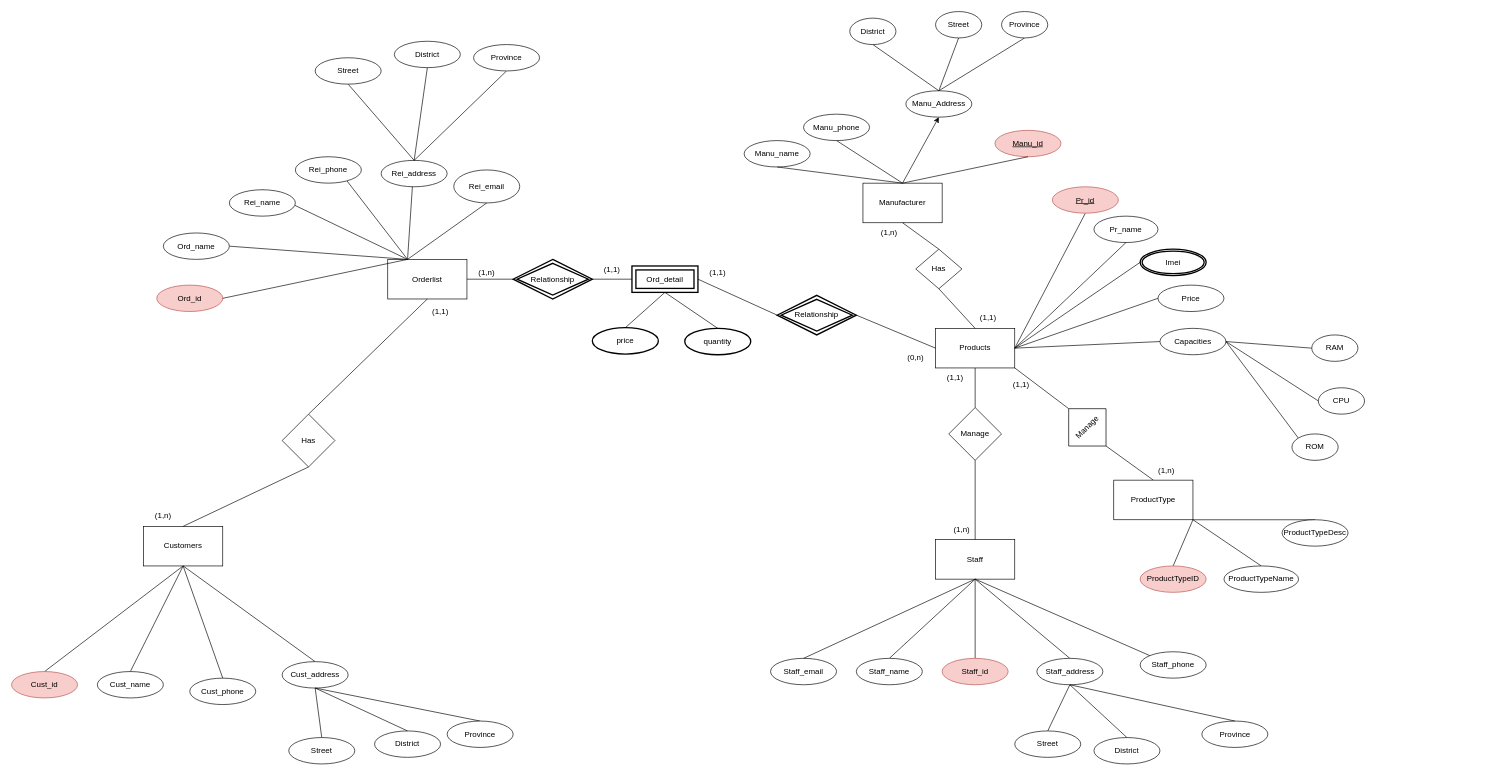
Earlier version of the draw.io diagram ERD Phone.drawio (khanh8603/khanh8603). Source tidied: cells renumbered, new cells numbered last; positions are measured from the earlier drawing's top-left corner, leaving out a move shared by most shapes. Both pictures are drawn from the tidied source at 66%, with x=0, y=0 at pixel (11, 11).
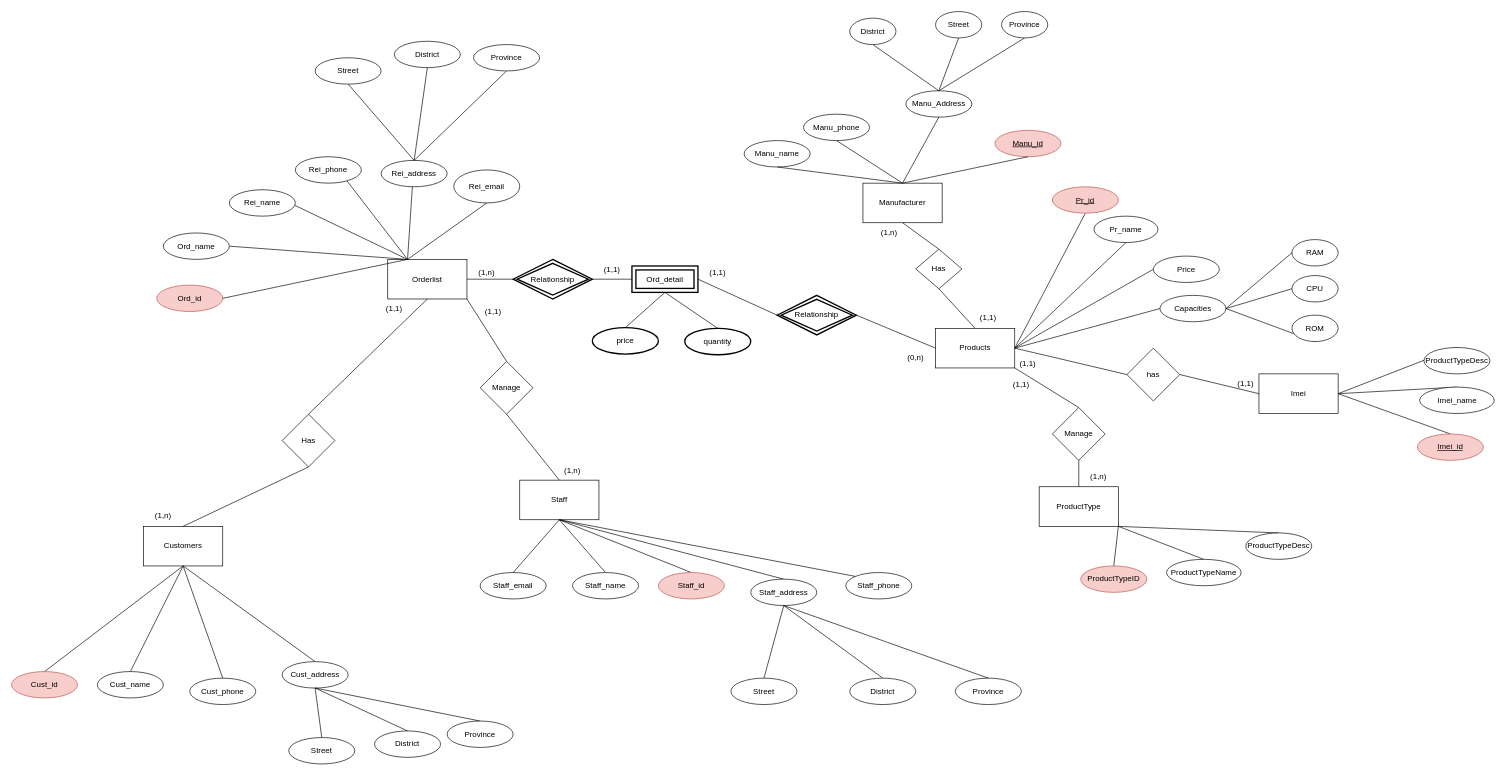
After the change.

The change refers to these unchanged cells:
```xml
<mxCell id="2" value="Manufacturer" style="rounded=0;whiteSpace=wrap;html=1;" parent="1" vertex="1">
  <mxGeometry x="1290" y="260" width="120" height="60" as="geometry" />
</mxCell>
<mxCell id="7" value="Products" style="rounded=0;whiteSpace=wrap;html=1;strokeColor=#000000;fillColor=default;" parent="1" vertex="1">
  <mxGeometry x="1400" y="480" width="120" height="60" as="geometry" />
</mxCell>
<mxCell id="39" value="Orderlist" style="rounded=0;whiteSpace=wrap;html=1;strokeColor=#000000;fillColor=default;" parent="1" vertex="1">
  <mxGeometry x="570" y="375.5" width="120" height="60" as="geometry" />
</mxCell>
<mxCell id="97" value="Manu_Address" style="ellipse;whiteSpace=wrap;html=1;align=center;strokeColor=#000000;fillColor=default;" parent="1" vertex="1">
  <mxGeometry x="1355" y="120" width="100" height="40" as="geometry" />
</mxCell>
```

Change to the diagram source:
```diff
@@
+    <mxCell id="127" style="rounded=0;jettySize=auto;html=1;exitX=1;exitY=0.5;exitDx=0;exitDy=0;entryX=1;entryY=0.5;entryDx=0;entryDy=0;endArrow=none;endFill=0;" parent="1" edge="1" source="7" target="131">
+      <mxGeometry relative="1" as="geometry" />
+    </mxCell>
@@
-    <mxCell id="12" style="endArrow=none;html=1;rounded=0;exitX=1;exitY=0.5;exitDx=0;exitDy=0;entryX=0;entryY=0.5;entryDx=0;entryDy=0;" parent="1" edge="1" source="7" target="88">
-      <mxGeometry relative="1" as="geometry" />
-    </mxCell>
@@
     <mxCell id="15" value="Price" style="ellipse;whiteSpace=wrap;html=1;align=center;strokeColor=#000000;fillColor=default;" parent="1" vertex="1">
-      <mxGeometry x="1737" y="414.5" width="100" height="40" as="geometry" />
+      <mxGeometry x="1730" y="370.5" width="100" height="40" as="geometry" />
     </mxCell>
@@
     <mxCell id="17" value="Capacities" style="ellipse;whiteSpace=wrap;html=1;align=center;strokeColor=#000000;fillColor=default;" parent="1" vertex="1">
-      <mxGeometry x="1740" y="480" width="100" height="40" as="geometry" />
+      <mxGeometry x="1740" y="430" width="100" height="40" as="geometry" />
     </mxCell>
@@
-    <mxCell id="22" style="endArrow=none;html=1;rounded=0;entryX=0.5;entryY=1;entryDx=0;entryDy=0;exitX=0.5;exitY=0;exitDx=0;exitDy=0;startArrow=none;" parent="1" edge="1" source="93" target="7">
-      <mxGeometry relative="1" as="geometry" />
-    </mxCell>
     <mxCell id="23" value="Staff" style="rounded=0;whiteSpace=wrap;html=1;strokeColor=#000000;fillColor=default;" parent="1" vertex="1">
-      <mxGeometry x="1400" y="800" width="120" height="60" as="geometry" />
+      <mxGeometry x="770" y="710" width="120" height="60" as="geometry" />
     </mxCell>
@@
     <mxCell id="26" value="Staff_address" style="ellipse;whiteSpace=wrap;html=1;align=center;strokeColor=#000000;fillColor=default;" parent="1" vertex="1">
-      <mxGeometry x="1553.5" y="980" width="100" height="40" as="geometry" />
+      <mxGeometry x="1120" y="860" width="100" height="40" as="geometry" />
     </mxCell>
@@
     <mxCell id="28" value="Staff_id" style="ellipse;whiteSpace=wrap;html=1;align=center;strokeColor=#b85450;fillColor=#f8cecc;" parent="1" vertex="1">
-      <mxGeometry x="1410" y="980" width="100" height="40" as="geometry" />
+      <mxGeometry x="980" y="850" width="100" height="40" as="geometry" />
     </mxCell>
@@
     <mxCell id="31" value="Street" style="ellipse;whiteSpace=wrap;html=1;align=center;strokeColor=#000000;fillColor=default;" parent="1" vertex="1">
-      <mxGeometry x="1520" y="1090" width="100" height="40" as="geometry" />
+      <mxGeometry x="1090" y="1010" width="100" height="40" as="geometry" />
     </mxCell>
     <mxCell id="32" value="District" style="ellipse;whiteSpace=wrap;html=1;align=center;strokeColor=#000000;fillColor=default;" parent="1" vertex="1">
-      <mxGeometry x="1640" y="1100" width="100" height="40" as="geometry" />
+      <mxGeometry x="1270" y="1010" width="100" height="40" as="geometry" />
     </mxCell>
     <mxCell id="33" value="Province" style="ellipse;whiteSpace=wrap;html=1;align=center;strokeColor=#000000;fillColor=default;" parent="1" vertex="1">
-      <mxGeometry x="1803.5" y="1075" width="100" height="40" as="geometry" />
+      <mxGeometry x="1430" y="1010" width="100" height="40" as="geometry" />
     </mxCell>
@@
     <mxCell id="35" value="Staff_name" style="ellipse;whiteSpace=wrap;html=1;align=center;strokeColor=#000000;fillColor=default;" parent="1" vertex="1">
-      <mxGeometry x="1280" y="980" width="100" height="40" as="geometry" />
+      <mxGeometry x="850" y="850" width="100" height="40" as="geometry" />
     </mxCell>
     <mxCell id="36" value="Staff_phone" style="ellipse;whiteSpace=wrap;html=1;align=center;strokeColor=#000000;fillColor=default;" parent="1" vertex="1">
-      <mxGeometry x="1710" y="970" width="100" height="40" as="geometry" />
+      <mxGeometry x="1264" y="850" width="100" height="40" as="geometry" />
     </mxCell>
@@
+    <mxCell id="128" style="rounded=0;jettySize=auto;html=1;exitX=1;exitY=1;exitDx=0;exitDy=0;endArrow=none;endFill=0;entryX=0.5;entryY=0;entryDx=0;entryDy=0;" parent="1" edge="1" source="39" target="93">
+      <mxGeometry relative="1" as="geometry" />
+    </mxCell>
@@
     <mxCell id="81" value="(1,1)" style="text;html=1;strokeColor=none;fillColor=none;align=center;verticalAlign=middle;whiteSpace=wrap;rounded=0;shadow=0;fillStyle=auto;strokeWidth=2;" parent="1" vertex="1">
-      <mxGeometry x="620" y="440" width="60" height="30" as="geometry" />
+      <mxGeometry x="550" y="435" width="60" height="30" as="geometry" />
     </mxCell>
@@
-    <mxCell id="86" value="(1,1)" style="text;html=1;strokeColor=none;fillColor=none;align=center;verticalAlign=middle;whiteSpace=wrap;rounded=0;shadow=0;fillStyle=auto;strokeWidth=2;" parent="1" vertex="1">
-      <mxGeometry x="1400" y="540" width="60" height="30" as="geometry" />
-    </mxCell>
-    <mxCell id="87" value="(1,n)" style="text;html=1;strokeColor=none;fillColor=none;align=center;verticalAlign=middle;whiteSpace=wrap;rounded=0;shadow=0;fillStyle=auto;strokeWidth=2;" parent="1" vertex="1">
-      <mxGeometry x="1410" y="770" width="60" height="30" as="geometry" />
-    </mxCell>
-    <mxCell id="88" value="Imei" style="ellipse;shape=doubleEllipse;margin=3;whiteSpace=wrap;html=1;align=center;shadow=0;fillStyle=auto;strokeColor=#000000;strokeWidth=2;fillColor=#FFFFFF;" parent="1" vertex="1">
-      <mxGeometry x="1710" y="360" width="100" height="40" as="geometry" />
-    </mxCell>
@@
-    <mxCell id="93" value="Manage" style="rhombus;whiteSpace=wrap;html=1;" parent="1" vertex="1">
-      <mxGeometry x="1420" y="600" width="80" height="80" as="geometry" />
-    </mxCell>
-    <mxCell id="94" style="endArrow=none;html=1;rounded=0;entryX=0.5;entryY=1;entryDx=0;entryDy=0;exitX=0.5;exitY=0;exitDx=0;exitDy=0;" parent="1" edge="1" source="23" target="93">
-      <mxGeometry relative="1" as="geometry" />
-    </mxCell>
@@
-    <mxCell id="98" style="endArrow=classic;html=1;rounded=0;exitX=0.5;exitY=0;exitDx=0;exitDy=0;entryX=0.5;entryY=1;entryDx=0;entryDy=0;" parent="1" edge="1" source="2" target="97">
+    <mxCell id="98" style="endArrow=none;html=1;rounded=0;exitX=0.5;exitY=0;exitDx=0;exitDy=0;entryX=0.5;entryY=1;entryDx=0;entryDy=0;endFill=0;" parent="1" edge="1" source="2" target="97">
       <mxGeometry relative="1" as="geometry" />
     </mxCell>
@@
     <mxCell id="108" value="CPU" style="ellipse;whiteSpace=wrap;html=1;" parent="1" vertex="1">
-      <mxGeometry x="1980" y="570" width="70" height="40" as="geometry" />
+      <mxGeometry x="1940" y="400" width="70" height="40" as="geometry" />
     </mxCell>
     <mxCell id="109" value="ROM" style="ellipse;whiteSpace=wrap;html=1;" parent="1" vertex="1">
-      <mxGeometry x="1940" y="640" width="70" height="40" as="geometry" />
+      <mxGeometry x="1940" y="460" width="70" height="40" as="geometry" />
     </mxCell>
     <mxCell id="110" value="RAM" style="ellipse;whiteSpace=wrap;html=1;" parent="1" vertex="1">
-      <mxGeometry x="1970" y="490" width="70" height="40" as="geometry" />
+      <mxGeometry x="1940" y="345.5" width="70" height="40" as="geometry" />
     </mxCell>
-    <mxCell id="111" style="endArrow=none;html=1;rounded=0;entryX=1;entryY=1;entryDx=0;entryDy=0;exitX=0;exitY=0.5;exitDx=0;exitDy=0;startArrow=none;" parent="1" edge="1" source="114" target="7">
+    <mxCell id="111" style="endArrow=none;html=1;rounded=0;entryX=1;entryY=1;entryDx=0;entryDy=0;startArrow=none;exitX=0.5;exitY=1;exitDx=0;exitDy=0;" parent="1" edge="1" source="114" target="7">
       <mxGeometry relative="1" as="geometry" />
     </mxCell>
@@
     <mxCell id="113" value="(1,n)" style="text;html=1;strokeColor=none;fillColor=none;align=center;verticalAlign=middle;whiteSpace=wrap;rounded=0;shadow=0;fillStyle=auto;strokeWidth=2;" parent="1" vertex="1">
-      <mxGeometry x="1720" y="680" width="60" height="30" as="geometry" />
+      <mxGeometry x="1617" y="690" width="60" height="30" as="geometry" />
     </mxCell>
-    <mxCell id="114" value="Manage" style="rhombus;whiteSpace=wrap;html=1;direction=south;rotation=-45;" parent="1" vertex="1">
-      <mxGeometry x="1590" y="590" width="80" height="80" as="geometry" />
+    <mxCell id="114" value="Manage" style="rhombus;whiteSpace=wrap;html=1;direction=west;rotation=0;" parent="1" vertex="1">
+      <mxGeometry x="1577" y="600" width="80" height="80" as="geometry" />
     </mxCell>
-    <mxCell id="115" style="endArrow=none;html=1;rounded=0;entryX=1;entryY=0.5;entryDx=0;entryDy=0;exitX=0.5;exitY=0;exitDx=0;exitDy=0;" parent="1" edge="1" source="116" target="114">
+    <mxCell id="115" style="endArrow=none;html=1;rounded=0;exitX=0.5;exitY=0;exitDx=0;exitDy=0;entryX=0.5;entryY=0;entryDx=0;entryDy=0;" parent="1" edge="1" source="116" target="114">
       <mxGeometry relative="1" as="geometry" />
     </mxCell>
     <mxCell id="116" value="ProductType&lt;br&gt;" style="rounded=0;whiteSpace=wrap;html=1;" parent="1" vertex="1">
-      <mxGeometry x="1670" y="710" width="120" height="60" as="geometry" />
+      <mxGeometry x="1557" y="720" width="120" height="60" as="geometry" />
     </mxCell>
@@
     <mxCell id="118" value="ProductTypeID" style="ellipse;whiteSpace=wrap;html=1;align=center;strokeColor=#b85450;fillColor=#f8cecc;" parent="1" vertex="1">
-      <mxGeometry x="1710" y="840" width="100" height="40" as="geometry" />
+      <mxGeometry x="1620" y="840" width="100" height="40" as="geometry" />
     </mxCell>
@@
     <mxCell id="120" value="ProductTypeName" style="ellipse;whiteSpace=wrap;html=1;align=center;strokeColor=#000000;fillColor=default;" parent="1" vertex="1">
-      <mxGeometry x="1837" y="840" width="113" height="40" as="geometry" />
+      <mxGeometry x="1750" y="830" width="113" height="40" as="geometry" />
     </mxCell>
@@
     <mxCell id="122" value="ProductTypeDesc" style="ellipse;whiteSpace=wrap;html=1;align=center;strokeColor=#000000;fillColor=default;" parent="1" vertex="1">
-      <mxGeometry x="1925" y="770" width="100" height="40" as="geometry" />
+      <mxGeometry x="1870" y="790" width="100" height="40" as="geometry" />
     </mxCell>
@@
     <mxCell id="125" value="Staff_email" style="ellipse;whiteSpace=wrap;html=1;align=center;strokeColor=#000000;fillColor=default;" parent="1" vertex="1">
-      <mxGeometry x="1150" y="980" width="100" height="40" as="geometry" />
+      <mxGeometry x="710" y="850" width="100" height="40" as="geometry" />
     </mxCell>
@@
+    <mxCell id="129" value="(1,1)" style="text;html=1;strokeColor=none;fillColor=none;align=center;verticalAlign=middle;whiteSpace=wrap;rounded=0;shadow=0;fillStyle=auto;strokeWidth=2;" parent="1" vertex="1">
+      <mxGeometry x="1840" y="549" width="60" height="30" as="geometry" />
+    </mxCell>
+    <mxCell id="130" style="rounded=0;jettySize=auto;html=1;exitX=0;exitY=0.5;exitDx=0;exitDy=0;entryX=0;entryY=0.5;entryDx=0;entryDy=0;endArrow=none;endFill=0;" parent="1" edge="1" source="131" target="88">
+      <mxGeometry relative="1" as="geometry" />
+    </mxCell>
+    <mxCell id="131" value="has" style="rhombus;whiteSpace=wrap;html=1;direction=west;rotation=0;" parent="1" vertex="1">
+      <mxGeometry x="1690" y="510" width="80" height="80" as="geometry" />
+    </mxCell>
+    <mxCell id="132" style="endArrow=none;html=1;rounded=0;exitX=0.5;exitY=0;exitDx=0;exitDy=0;entryX=1;entryY=0.5;entryDx=0;entryDy=0;" parent="1" edge="1" source="133" target="88">
+      <mxGeometry relative="1" as="geometry" />
+    </mxCell>
+    <mxCell id="133" value="&lt;u&gt;Imei_id&lt;/u&gt;" style="ellipse;whiteSpace=wrap;html=1;align=center;strokeColor=#b85450;fillColor=#f8cecc;" parent="1" vertex="1">
+      <mxGeometry x="2130" y="640" width="100" height="40" as="geometry" />
+    </mxCell>
+    <mxCell id="134" style="endArrow=none;html=1;rounded=0;exitX=0.5;exitY=0;exitDx=0;exitDy=0;entryX=1;entryY=0.5;entryDx=0;entryDy=0;" parent="1" edge="1" source="135" target="88">
+      <mxGeometry relative="1" as="geometry" />
+    </mxCell>
+    <mxCell id="135" value="Imei_name" style="ellipse;whiteSpace=wrap;html=1;align=center;strokeColor=#000000;fillColor=default;" parent="1" vertex="1">
+      <mxGeometry x="2133.5" y="569" width="113" height="40" as="geometry" />
+    </mxCell>
+    <mxCell id="136" style="endArrow=none;html=1;rounded=0;exitX=0.5;exitY=0;exitDx=0;exitDy=0;entryX=1;entryY=0.5;entryDx=0;entryDy=0;" parent="1" edge="1" source="137" target="88">
+      <mxGeometry relative="1" as="geometry" />
+    </mxCell>
+    <mxCell id="137" value="ProductTypeDesc" style="ellipse;whiteSpace=wrap;html=1;align=center;strokeColor=#000000;fillColor=default;" parent="1" vertex="1">
+      <mxGeometry x="2140" y="509" width="100" height="40" as="geometry" />
+    </mxCell>
+    <mxCell id="138" value="(1,1)" style="text;html=1;strokeColor=none;fillColor=none;align=center;verticalAlign=middle;whiteSpace=wrap;rounded=0;shadow=0;fillStyle=auto;strokeWidth=2;" parent="1" vertex="1">
+      <mxGeometry x="1510" y="519" width="60" height="30" as="geometry" />
+    </mxCell>
+    <mxCell id="88" value="Imei" style="rounded=0;whiteSpace=wrap;html=1;" parent="1" vertex="1">
+      <mxGeometry x="1890" y="549" width="120" height="60" as="geometry" />
+    </mxCell>
+    <mxCell id="139" style="rounded=0;jettySize=auto;html=1;exitX=0.5;exitY=1;exitDx=0;exitDy=0;entryX=0.5;entryY=0;entryDx=0;entryDy=0;endArrow=none;endFill=0;" parent="1" edge="1" source="93" target="23">
+      <mxGeometry relative="1" as="geometry" />
+    </mxCell>
+    <mxCell id="93" value="Manage" style="rhombus;whiteSpace=wrap;html=1;strokeColor=#000000;fillColor=default;" parent="1" vertex="1">
+      <mxGeometry x="710" y="530" width="80" height="80" as="geometry" />
+    </mxCell>
+    <mxCell id="140" value="(1,1)" style="text;html=1;strokeColor=none;fillColor=none;align=center;verticalAlign=middle;whiteSpace=wrap;rounded=0;shadow=0;fillStyle=auto;strokeWidth=2;" parent="1" vertex="1">
+      <mxGeometry x="700" y="440" width="60" height="30" as="geometry" />
+    </mxCell>
+    <mxCell id="87" value="(1,n)" style="text;html=1;strokeColor=none;fillColor=none;align=center;verticalAlign=middle;whiteSpace=wrap;rounded=0;shadow=0;fillStyle=auto;strokeWidth=2;" parent="1" vertex="1">
+      <mxGeometry x="820" y="680" width="60" height="30" as="geometry" />
+    </mxCell>
```
